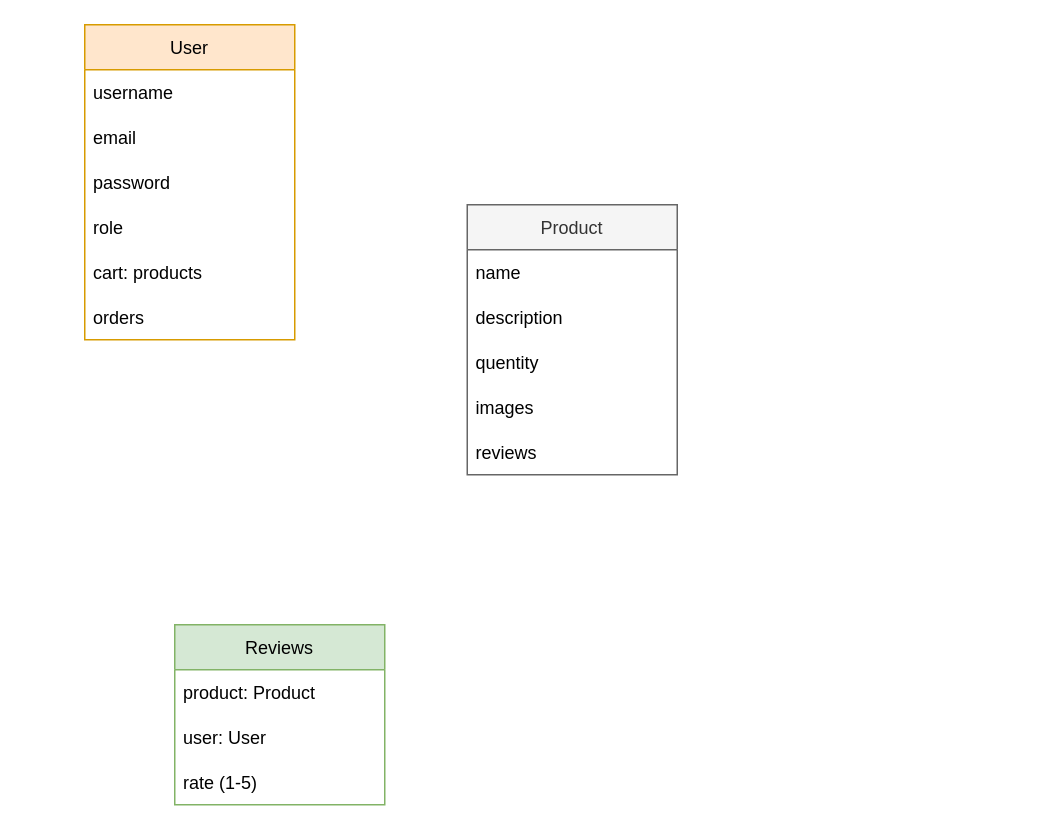
Earlier version of the draw.io diagram diagrams/Untitled Diagram.drawio (Khaled802/wasit). Source tidied: cells renumbered, new cells numbered last; positions are measured from the earlier drawing's top-left corner, leaving out a move shared by most shapes. Both pictures are drawn from the tidied source at 150%, with x=0, y=0 at pixel (84, 24).
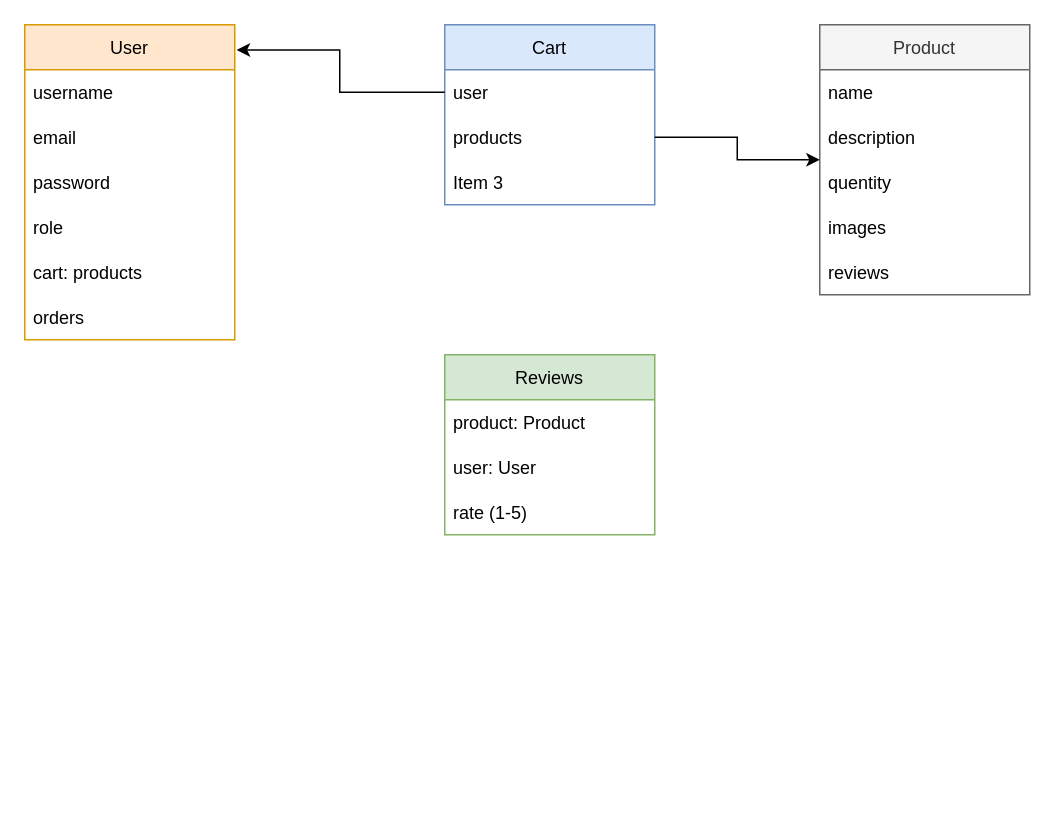
After the change.

Diff of the diagram source:
```diff
@@
     <mxCell id="2" value="Product" style="swimlane;fontStyle=0;horizontal=1;startSize=30;fillColor=#f5f5f5;fontColor=#333333;strokeColor=#666666;" parent="1" vertex="1">
-      <mxGeometry x="255" y="120" width="140" height="180" as="geometry" />
+      <mxGeometry x="490" width="140" height="180" as="geometry" />
     </mxCell>
@@
     <mxCell id="8" value="User" style="swimlane;fontStyle=0;horizontal=1;startSize=30;fillColor=#ffe6cc;strokeColor=#d79b00;" parent="1" vertex="1">
-      <mxGeometry width="140" height="210" as="geometry" />
+      <mxGeometry x="-40" width="140" height="210" as="geometry" />
     </mxCell>
@@
     <mxCell id="15" value="Reviews" style="swimlane;fontStyle=0;horizontal=1;startSize=30;fillColor=#d5e8d4;strokeColor=#82b366;" parent="1" vertex="1">
-      <mxGeometry x="60" y="400" width="140" height="120" as="geometry" />
+      <mxGeometry x="240" y="220" width="140" height="120" as="geometry" />
     </mxCell>
@@
+    <mxCell id="19" value="Cart" style="swimlane;fontStyle=0;horizontal=1;startSize=30;fillColor=#dae8fc;strokeColor=#6c8ebf;" parent="1" vertex="1">
+      <mxGeometry x="240" width="140" height="120" as="geometry" />
+    </mxCell>
+    <mxCell id="20" value="user" style="text;strokeColor=none;fillColor=none;align=left;verticalAlign=middle;spacingLeft=4;spacingRight=4;overflow=hidden;points=[[0,0.5],[1,0.5]];portConstraint=eastwest;" parent="19" vertex="1">
+      <mxGeometry y="30" width="140" height="30" as="geometry" />
+    </mxCell>
+    <mxCell id="21" value="products" style="text;strokeColor=none;fillColor=none;align=left;verticalAlign=middle;spacingLeft=4;spacingRight=4;overflow=hidden;points=[[0,0.5],[1,0.5]];portConstraint=eastwest;" parent="19" vertex="1">
+      <mxGeometry y="60" width="140" height="30" as="geometry" />
+    </mxCell>
+    <mxCell id="22" value="Item 3" style="text;strokeColor=none;fillColor=none;align=left;verticalAlign=middle;spacingLeft=4;spacingRight=4;overflow=hidden;" parent="19" vertex="1">
+      <mxGeometry y="90" width="140" height="30" as="geometry" />
+    </mxCell>
+    <mxCell id="23" style="edgeStyle=orthogonalEdgeStyle;rounded=0;jettySize=auto;html=1;" parent="1" edge="1" source="21" target="2">
+      <mxGeometry relative="1" as="geometry" />
+    </mxCell>
+    <mxCell id="24" style="edgeStyle=orthogonalEdgeStyle;rounded=0;jettySize=auto;html=1;entryX=1.009;entryY=0.08;entryDx=0;entryDy=0;entryPerimeter=0;" parent="1" edge="1" source="20" target="8">
+      <mxGeometry relative="1" as="geometry" />
+    </mxCell>
```
